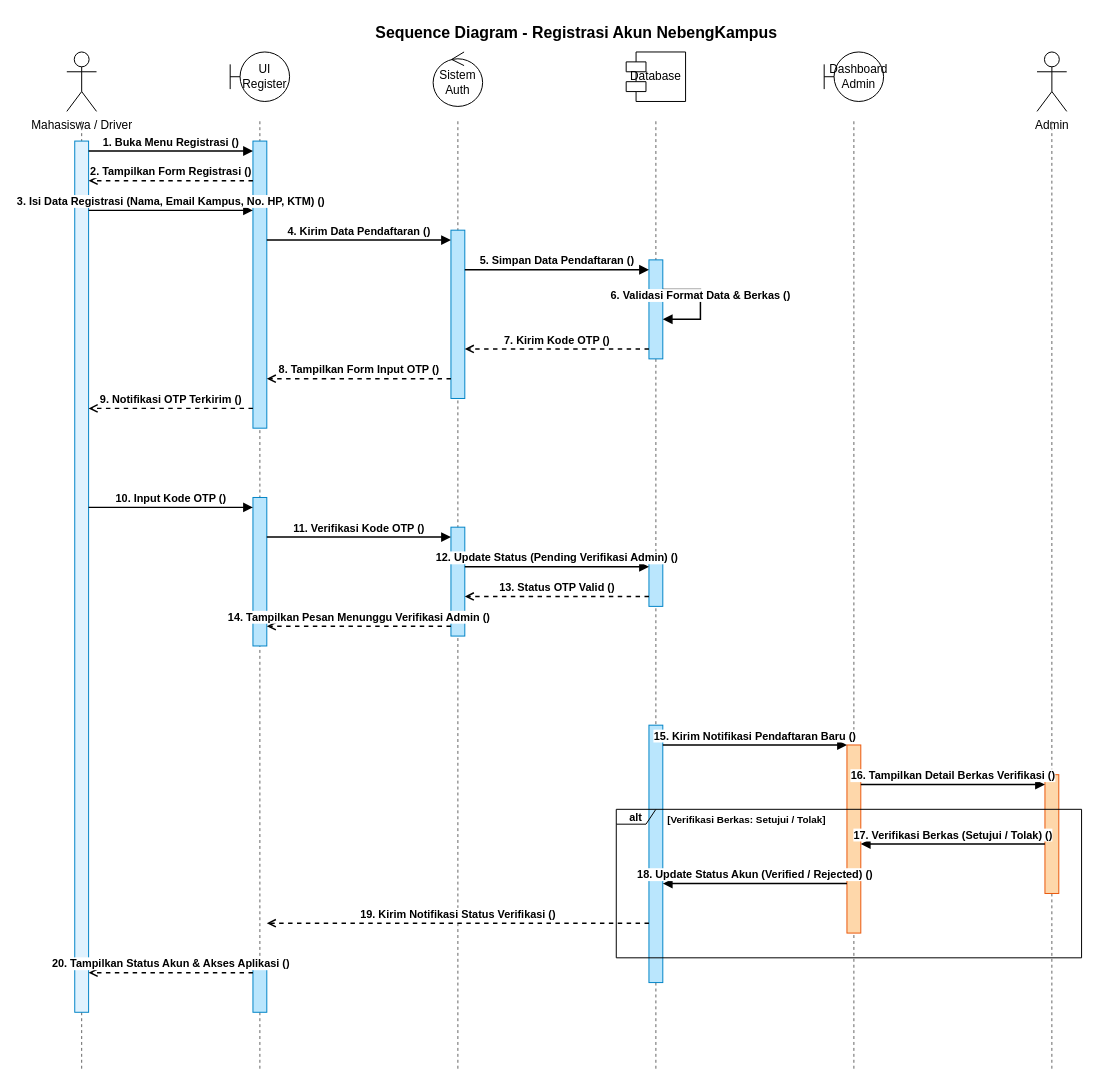
Above: page "Page-4" (4 of 10) of UML_NebengKampus.drawio in habibalula/NebengKampus (draw.io), before the change. Source tidied: cells renumbered, new cells numbered last; positions are measured from the earlier drawing's top-left corner, leaving out a move shared by most shapes. Both pictures are drawn from the tidied source at 99%, with x=0, y=0 at pixel (66, 17).
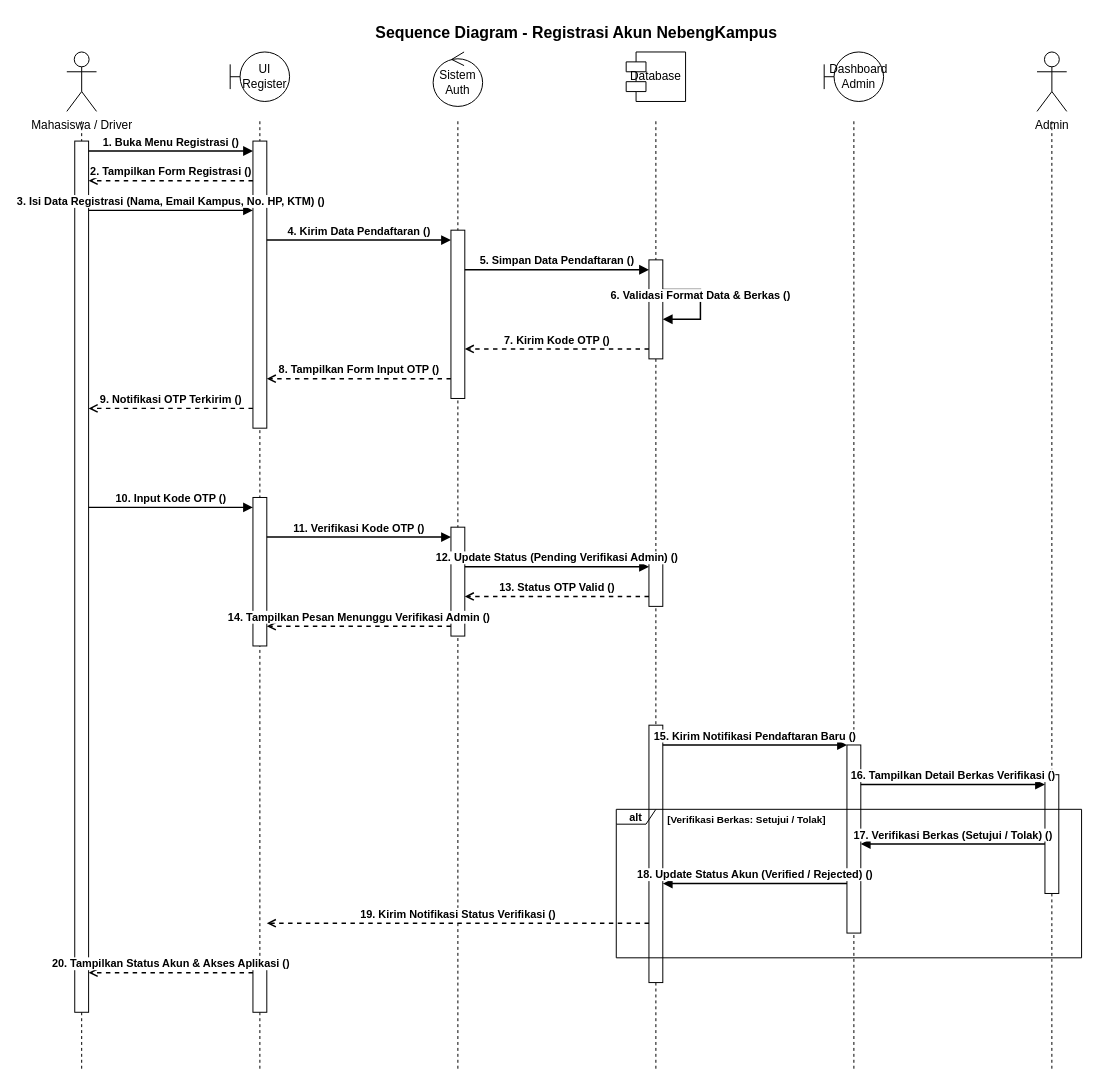
The same page after the edit.

Diff of the diagram source:
```diff
@@
-    <mxCell id="2" value="Sequence Diagram - Registrasi Akun NebengKampus" style="text;html=1;align=center;verticalAlign=middle;whiteSpace=wrap;rounded=0;fontSize=16;fontStyle=1;" parent="1" vertex="1">
+    <mxCell id="2" value="Sequence Diagram - Registrasi Akun NebengKampus" style="text;html=1;align=center;verticalAlign=middle;whiteSpace=wrap;rounded=0;fontSize=16;fontStyle=1;fillColor=none;" parent="1" vertex="1">
       <mxGeometry x="265" width="500" height="30" as="geometry" />
     </mxCell>
-    <mxCell id="3" value="Mahasiswa / Driver" style="shape=umlActor;verticalLabelPosition=bottom;verticalAlign=top;html=1;fillColor=#ffffff;strokeColor=#000000;" parent="1" vertex="1">
+    <mxCell id="3" value="Mahasiswa / Driver" style="shape=umlActor;verticalLabelPosition=bottom;verticalAlign=top;html=1;fillColor=none;" parent="1" vertex="1">
       <mxGeometry y="35" width="30" height="60" as="geometry" />
     </mxCell>
-    <mxCell id="4" value="UI Register" style="shape=umlBoundary;whiteSpace=wrap;html=1;verticalLabelPosition=middle;verticalAlign=middle;fillColor=#ffffff;strokeColor=#000000;" parent="1" vertex="1">
+    <mxCell id="4" value="UI Register" style="shape=umlBoundary;whiteSpace=wrap;html=1;verticalLabelPosition=middle;verticalAlign=middle;fillColor=none;" parent="1" vertex="1">
       <mxGeometry x="165" y="35" width="60" height="50" as="geometry" />
     </mxCell>
-    <mxCell id="5" value="Sistem Auth" style="shape=umlControl;whiteSpace=wrap;html=1;verticalLabelPosition=middle;verticalAlign=middle;fillColor=#ffffff;strokeColor=#000000;" parent="1" vertex="1">
+    <mxCell id="5" value="Sistem Auth" style="shape=umlControl;whiteSpace=wrap;html=1;verticalLabelPosition=middle;verticalAlign=middle;fillColor=none;" parent="1" vertex="1">
       <mxGeometry x="370" y="35" width="50" height="55" as="geometry" />
     </mxCell>
-    <mxCell id="6" value="Database" style="shape=module;whiteSpace=wrap;html=1;fillColor=#ffffff;strokeColor=#000000;" parent="1" vertex="1">
+    <mxCell id="6" value="Database" style="shape=module;whiteSpace=wrap;html=1;fillColor=none;" parent="1" vertex="1">
       <mxGeometry x="565" y="35" width="60" height="50" as="geometry" />
     </mxCell>
-    <mxCell id="7" value="Dashboard Admin" style="shape=umlBoundary;whiteSpace=wrap;html=1;verticalLabelPosition=middle;verticalAlign=middle;fillColor=#ffffff;strokeColor=#000000;" parent="1" vertex="1">
+    <mxCell id="7" value="Dashboard Admin" style="shape=umlBoundary;whiteSpace=wrap;html=1;verticalLabelPosition=middle;verticalAlign=middle;fillColor=none;" parent="1" vertex="1">
       <mxGeometry x="765" y="35" width="60" height="50" as="geometry" />
     </mxCell>
-    <mxCell id="8" value="Admin" style="shape=umlActor;verticalLabelPosition=bottom;verticalAlign=top;html=1;fillColor=#ffffff;strokeColor=#000000;" parent="1" vertex="1">
+    <mxCell id="8" value="Admin" style="shape=umlActor;verticalLabelPosition=bottom;verticalAlign=top;html=1;fillColor=none;" parent="1" vertex="1">
       <mxGeometry x="980" y="35" width="30" height="60" as="geometry" />
     </mxCell>
-    <mxCell id="9" style="line;strokeWidth=1;fillColor=none;strokeColor=#666666;dashed=1;direction=south;" parent="1" vertex="1">
+    <mxCell id="9" style="line;strokeWidth=1;fillColor=none;dashed=1;direction=south;" parent="1" vertex="1">
       <mxGeometry x="14" y="105" width="2" height="960" as="geometry" />
     </mxCell>
-    <mxCell id="10" style="line;strokeWidth=1;fillColor=none;strokeColor=#666666;dashed=1;direction=south;" parent="1" vertex="1">
+    <mxCell id="10" style="line;strokeWidth=1;fillColor=none;dashed=1;direction=south;" parent="1" vertex="1">
       <mxGeometry x="194" y="105" width="2" height="960" as="geometry" />
     </mxCell>
-    <mxCell id="11" style="line;strokeWidth=1;fillColor=none;strokeColor=#666666;dashed=1;direction=south;" parent="1" vertex="1">
+    <mxCell id="11" style="line;strokeWidth=1;fillColor=none;dashed=1;direction=south;" parent="1" vertex="1">
       <mxGeometry x="394" y="105" width="2" height="960" as="geometry" />
     </mxCell>
-    <mxCell id="12" style="line;strokeWidth=1;fillColor=none;strokeColor=#666666;dashed=1;direction=south;" parent="1" vertex="1">
+    <mxCell id="12" style="line;strokeWidth=1;fillColor=none;dashed=1;direction=south;" parent="1" vertex="1">
       <mxGeometry x="594" y="105" width="2" height="960" as="geometry" />
     </mxCell>
-    <mxCell id="13" style="line;strokeWidth=1;fillColor=none;strokeColor=#666666;dashed=1;direction=south;" parent="1" vertex="1">
+    <mxCell id="13" style="line;strokeWidth=1;fillColor=none;dashed=1;direction=south;" parent="1" vertex="1">
       <mxGeometry x="794" y="105" width="2" height="960" as="geometry" />
     </mxCell>
-    <mxCell id="14" style="line;strokeWidth=1;fillColor=none;strokeColor=#666666;dashed=1;direction=south;" parent="1" vertex="1">
+    <mxCell id="14" style="line;strokeWidth=1;fillColor=none;dashed=1;direction=south;" parent="1" vertex="1">
       <mxGeometry x="994" y="105" width="2" height="960" as="geometry" />
     </mxCell>
-    <mxCell id="15" style="html=1;whiteSpace=wrap;fillColor=#e0f2fe;strokeColor=#0284c7;" parent="1" vertex="1">
+    <mxCell id="15" style="html=1;whiteSpace=wrap;" parent="1" vertex="1">
       <mxGeometry x="8" y="125" width="14" height="880" as="geometry" />
     </mxCell>
-    <mxCell id="16" style="html=1;whiteSpace=wrap;fillColor=#bae6fd;strokeColor=#0284c7;" parent="1" vertex="1">
+    <mxCell id="16" style="html=1;whiteSpace=wrap;" parent="1" vertex="1">
       <mxGeometry x="188" y="125" width="14" height="290" as="geometry" />
     </mxCell>
-    <mxCell id="17" style="html=1;whiteSpace=wrap;fillColor=#bae6fd;strokeColor=#0284c7;" parent="1" vertex="1">
+    <mxCell id="17" style="html=1;whiteSpace=wrap;" parent="1" vertex="1">
       <mxGeometry x="188" y="485" width="14" height="150" as="geometry" />
     </mxCell>
-    <mxCell id="18" style="html=1;whiteSpace=wrap;fillColor=#bae6fd;strokeColor=#0284c7;" parent="1" vertex="1">
+    <mxCell id="18" style="html=1;whiteSpace=wrap;" parent="1" vertex="1">
       <mxGeometry x="188" y="955" width="14" height="50" as="geometry" />
     </mxCell>
-    <mxCell id="19" style="html=1;whiteSpace=wrap;fillColor=#bae6fd;strokeColor=#0284c7;" parent="1" vertex="1">
+    <mxCell id="19" style="html=1;whiteSpace=wrap;" parent="1" vertex="1">
       <mxGeometry x="388" y="215" width="14" height="170" as="geometry" />
     </mxCell>
-    <mxCell id="20" style="html=1;whiteSpace=wrap;fillColor=#bae6fd;strokeColor=#0284c7;" parent="1" vertex="1">
+    <mxCell id="20" style="html=1;whiteSpace=wrap;" parent="1" vertex="1">
       <mxGeometry x="388" y="515" width="14" height="110" as="geometry" />
     </mxCell>
-    <mxCell id="21" style="html=1;whiteSpace=wrap;fillColor=#bae6fd;strokeColor=#0284c7;" parent="1" vertex="1">
+    <mxCell id="21" style="html=1;whiteSpace=wrap;" parent="1" vertex="1">
       <mxGeometry x="588" y="245" width="14" height="100" as="geometry" />
     </mxCell>
-    <mxCell id="22" style="html=1;whiteSpace=wrap;fillColor=#bae6fd;strokeColor=#0284c7;" parent="1" vertex="1">
+    <mxCell id="22" style="html=1;whiteSpace=wrap;" parent="1" vertex="1">
       <mxGeometry x="588" y="545" width="14" height="50" as="geometry" />
     </mxCell>
-    <mxCell id="23" style="html=1;whiteSpace=wrap;fillColor=#bae6fd;strokeColor=#0284c7;" parent="1" vertex="1">
+    <mxCell id="23" style="html=1;whiteSpace=wrap;" parent="1" vertex="1">
       <mxGeometry x="588" y="715" width="14" height="260" as="geometry" />
     </mxCell>
-    <mxCell id="24" style="html=1;whiteSpace=wrap;fillColor=#fed7aa;strokeColor=#ea580c;" parent="1" vertex="1">
+    <mxCell id="24" style="html=1;whiteSpace=wrap;" parent="1" vertex="1">
       <mxGeometry x="788" y="735" width="14" height="190" as="geometry" />
     </mxCell>
-    <mxCell id="25" style="html=1;whiteSpace=wrap;fillColor=#fed7aa;strokeColor=#ea580c;" parent="1" vertex="1">
+    <mxCell id="25" style="html=1;whiteSpace=wrap;" parent="1" vertex="1">
       <mxGeometry x="988" y="765" width="14" height="120" as="geometry" />
     </mxCell>
-    <mxCell id="26" value="1. Buka Menu Registrasi ()" style="html=1;verticalAlign=bottom;endArrow=block;rounded=0;strokeWidth=1.5;labelBackgroundColor=#ffffff;fontSize=11;fontStyle=1;" parent="1" edge="1">
+    <mxCell id="26" value="1. Buka Menu Registrasi ()" style="html=1;verticalAlign=bottom;endArrow=block;rounded=0;strokeWidth=1.5;labelBackgroundColor=#ffffff;fontSize=11;fontStyle=1;fillColor=none;" parent="1" edge="1">
       <mxGeometry relative="1" as="geometry">
         <mxPoint x="22" y="135" as="sourcePoint" />
         <mxPoint x="188" y="135" as="targetPoint" />
       </mxGeometry>
     </mxCell>
-    <mxCell id="27" value="2. Tampilkan Form Registrasi ()" style="html=1;verticalAlign=bottom;endArrow=open;dashed=1;rounded=0;strokeWidth=1.5;labelBackgroundColor=#ffffff;fontSize=11;fontStyle=1;" parent="1" edge="1">
+    <mxCell id="27" value="2. Tampilkan Form Registrasi ()" style="html=1;verticalAlign=bottom;endArrow=open;dashed=1;rounded=0;strokeWidth=1.5;labelBackgroundColor=#ffffff;fontSize=11;fontStyle=1;fillColor=none;" parent="1" edge="1">
       <mxGeometry relative="1" as="geometry">
         <mxPoint x="188" y="165" as="sourcePoint" />
         <mxPoint x="22" y="165" as="targetPoint" />
       </mxGeometry>
     </mxCell>
-    <mxCell id="28" value="3. Isi Data Registrasi (Nama, Email Kampus, No. HP, KTM) ()" style="html=1;verticalAlign=bottom;endArrow=block;rounded=0;strokeWidth=1.5;labelBackgroundColor=#ffffff;fontSize=11;fontStyle=1;" parent="1" edge="1">
+    <mxCell id="28" value="3. Isi Data Registrasi (Nama, Email Kampus, No. HP, KTM) ()" style="html=1;verticalAlign=bottom;endArrow=block;rounded=0;strokeWidth=1.5;labelBackgroundColor=#ffffff;fontSize=11;fontStyle=1;fillColor=none;" parent="1" edge="1">
       <mxGeometry relative="1" as="geometry">
         <mxPoint x="22" y="195" as="sourcePoint" />
         <mxPoint x="188" y="195" as="targetPoint" />
       </mxGeometry>
     </mxCell>
-    <mxCell id="29" value="4. Kirim Data Pendaftaran ()" style="html=1;verticalAlign=bottom;endArrow=block;rounded=0;strokeWidth=1.5;labelBackgroundColor=#ffffff;fontSize=11;fontStyle=1;" parent="1" edge="1">
+    <mxCell id="29" value="4. Kirim Data Pendaftaran ()" style="html=1;verticalAlign=bottom;endArrow=block;rounded=0;strokeWidth=1.5;labelBackgroundColor=#ffffff;fontSize=11;fontStyle=1;fillColor=none;" parent="1" edge="1">
       <mxGeometry relative="1" as="geometry">
         <mxPoint x="202" y="225" as="sourcePoint" />
         <mxPoint x="388" y="225" as="targetPoint" />
       </mxGeometry>
     </mxCell>
-    <mxCell id="30" value="5. Simpan Data Pendaftaran ()" style="html=1;verticalAlign=bottom;endArrow=block;rounded=0;strokeWidth=1.5;labelBackgroundColor=#ffffff;fontSize=11;fontStyle=1;" parent="1" edge="1">
+    <mxCell id="30" value="5. Simpan Data Pendaftaran ()" style="html=1;verticalAlign=bottom;endArrow=block;rounded=0;strokeWidth=1.5;labelBackgroundColor=#ffffff;fontSize=11;fontStyle=1;fillColor=none;" parent="1" edge="1">
       <mxGeometry relative="1" as="geometry">
         <mxPoint x="402" y="255" as="sourcePoint" />
         <mxPoint x="588" y="255" as="targetPoint" />
       </mxGeometry>
     </mxCell>
-    <mxCell id="31" value="6. Validasi Format Data &amp; Berkas ()" style="html=1;verticalAlign=bottom;endArrow=block;rounded=0;edgeStyle=orthogonalEdgeStyle;strokeWidth=1.5;labelBackgroundColor=#ffffff;fontSize=11;fontStyle=1;" parent="1" edge="1">
+    <mxCell id="31" value="6. Validasi Format Data &amp; Berkas ()" style="html=1;verticalAlign=bottom;endArrow=block;rounded=0;edgeStyle=orthogonalEdgeStyle;strokeWidth=1.5;labelBackgroundColor=#ffffff;fontSize=11;fontStyle=1;fillColor=none;" parent="1" edge="1">
       <mxGeometry relative="1" as="geometry">
         <mxPoint x="602" y="275" as="sourcePoint" />
         <mxPoint x="602" y="305" as="targetPoint" />
         <Array as="points">
           <mxPoint x="640" y="275" />
           <mxPoint x="640" y="305" />
         </Array>
       </mxGeometry>
     </mxCell>
-    <mxCell id="32" value="7. Kirim Kode OTP ()" style="html=1;verticalAlign=bottom;endArrow=open;dashed=1;rounded=0;strokeWidth=1.5;labelBackgroundColor=#ffffff;fontSize=11;fontStyle=1;" parent="1" edge="1">
+    <mxCell id="32" value="7. Kirim Kode OTP ()" style="html=1;verticalAlign=bottom;endArrow=open;dashed=1;rounded=0;strokeWidth=1.5;labelBackgroundColor=#ffffff;fontSize=11;fontStyle=1;fillColor=none;" parent="1" edge="1">
       <mxGeometry relative="1" as="geometry">
         <mxPoint x="588" y="335" as="sourcePoint" />
         <mxPoint x="402" y="335" as="targetPoint" />
       </mxGeometry>
     </mxCell>
-    <mxCell id="33" value="8. Tampilkan Form Input OTP ()" style="html=1;verticalAlign=bottom;endArrow=open;dashed=1;rounded=0;strokeWidth=1.5;labelBackgroundColor=#ffffff;fontSize=11;fontStyle=1;" parent="1" edge="1">
+    <mxCell id="33" value="8. Tampilkan Form Input OTP ()" style="html=1;verticalAlign=bottom;endArrow=open;dashed=1;rounded=0;strokeWidth=1.5;labelBackgroundColor=#ffffff;fontSize=11;fontStyle=1;fillColor=none;" parent="1" edge="1">
       <mxGeometry relative="1" as="geometry">
         <mxPoint x="388" y="365" as="sourcePoint" />
         <mxPoint x="202" y="365" as="targetPoint" />
       </mxGeometry>
     </mxCell>
-    <mxCell id="34" value="9. Notifikasi OTP Terkirim ()" style="html=1;verticalAlign=bottom;endArrow=open;dashed=1;rounded=0;strokeWidth=1.5;labelBackgroundColor=#ffffff;fontSize=11;fontStyle=1;" parent="1" edge="1">
+    <mxCell id="34" value="9. Notifikasi OTP Terkirim ()" style="html=1;verticalAlign=bottom;endArrow=open;dashed=1;rounded=0;strokeWidth=1.5;labelBackgroundColor=#ffffff;fontSize=11;fontStyle=1;fillColor=none;" parent="1" edge="1">
       <mxGeometry relative="1" as="geometry">
         <mxPoint x="188" y="395" as="sourcePoint" />
         <mxPoint x="22" y="395" as="targetPoint" />
       </mxGeometry>
     </mxCell>
-    <mxCell id="35" value="10. Input Kode OTP ()" style="html=1;verticalAlign=bottom;endArrow=block;rounded=0;strokeWidth=1.5;labelBackgroundColor=#ffffff;fontSize=11;fontStyle=1;" parent="1" edge="1">
+    <mxCell id="35" value="10. Input Kode OTP ()" style="html=1;verticalAlign=bottom;endArrow=block;rounded=0;strokeWidth=1.5;labelBackgroundColor=#ffffff;fontSize=11;fontStyle=1;fillColor=none;" parent="1" edge="1">
       <mxGeometry relative="1" as="geometry">
         <mxPoint x="22" y="495" as="sourcePoint" />
         <mxPoint x="188" y="495" as="targetPoint" />
       </mxGeometry>
     </mxCell>
-    <mxCell id="36" value="11. Verifikasi Kode OTP ()" style="html=1;verticalAlign=bottom;endArrow=block;rounded=0;strokeWidth=1.5;labelBackgroundColor=#ffffff;fontSize=11;fontStyle=1;" parent="1" edge="1">
+    <mxCell id="36" value="11. Verifikasi Kode OTP ()" style="html=1;verticalAlign=bottom;endArrow=block;rounded=0;strokeWidth=1.5;labelBackgroundColor=#ffffff;fontSize=11;fontStyle=1;fillColor=none;" parent="1" edge="1">
       <mxGeometry relative="1" as="geometry">
         <mxPoint x="202" y="525" as="sourcePoint" />
         <mxPoint x="388" y="525" as="targetPoint" />
       </mxGeometry>
     </mxCell>
-    <mxCell id="37" value="12. Update Status (Pending Verifikasi Admin) ()" style="html=1;verticalAlign=bottom;endArrow=block;rounded=0;strokeWidth=1.5;labelBackgroundColor=#ffffff;fontSize=11;fontStyle=1;" parent="1" edge="1">
+    <mxCell id="37" value="12. Update Status (Pending Verifikasi Admin) ()" style="html=1;verticalAlign=bottom;endArrow=block;rounded=0;strokeWidth=1.5;labelBackgroundColor=#ffffff;fontSize=11;fontStyle=1;fillColor=none;" parent="1" edge="1">
       <mxGeometry relative="1" as="geometry">
         <mxPoint x="402" y="555" as="sourcePoint" />
         <mxPoint x="588" y="555" as="targetPoint" />
       </mxGeometry>
     </mxCell>
-    <mxCell id="38" value="13. Status OTP Valid ()" style="html=1;verticalAlign=bottom;endArrow=open;dashed=1;rounded=0;strokeWidth=1.5;labelBackgroundColor=#ffffff;fontSize=11;fontStyle=1;" parent="1" edge="1">
+    <mxCell id="38" value="13. Status OTP Valid ()" style="html=1;verticalAlign=bottom;endArrow=open;dashed=1;rounded=0;strokeWidth=1.5;labelBackgroundColor=#ffffff;fontSize=11;fontStyle=1;fillColor=none;" parent="1" edge="1">
       <mxGeometry relative="1" as="geometry">
         <mxPoint x="588" y="585" as="sourcePoint" />
         <mxPoint x="402" y="585" as="targetPoint" />
       </mxGeometry>
     </mxCell>
-    <mxCell id="39" value="14. Tampilkan Pesan Menunggu Verifikasi Admin ()" style="html=1;verticalAlign=bottom;endArrow=open;dashed=1;rounded=0;strokeWidth=1.5;labelBackgroundColor=#ffffff;fontSize=11;fontStyle=1;" parent="1" edge="1">
+    <mxCell id="39" value="14. Tampilkan Pesan Menunggu Verifikasi Admin ()" style="html=1;verticalAlign=bottom;endArrow=open;dashed=1;rounded=0;strokeWidth=1.5;labelBackgroundColor=#ffffff;fontSize=11;fontStyle=1;fillColor=none;" parent="1" edge="1">
       <mxGeometry relative="1" as="geometry">
         <mxPoint x="388" y="615" as="sourcePoint" />
         <mxPoint x="202" y="615" as="targetPoint" />
       </mxGeometry>
     </mxCell>
-    <mxCell id="40" value="15. Kirim Notifikasi Pendaftaran Baru ()" style="html=1;verticalAlign=bottom;endArrow=block;rounded=0;strokeWidth=1.5;labelBackgroundColor=#ffffff;fontSize=11;fontStyle=1;" parent="1" edge="1">
+    <mxCell id="40" value="15. Kirim Notifikasi Pendaftaran Baru ()" style="html=1;verticalAlign=bottom;endArrow=block;rounded=0;strokeWidth=1.5;labelBackgroundColor=#ffffff;fontSize=11;fontStyle=1;fillColor=none;" parent="1" edge="1">
       <mxGeometry relative="1" as="geometry">
         <mxPoint x="602" y="735" as="sourcePoint" />
         <mxPoint x="788" y="735" as="targetPoint" />
       </mxGeometry>
     </mxCell>
-    <mxCell id="41" value="16. Tampilkan Detail Berkas Verifikasi ()" style="html=1;verticalAlign=bottom;endArrow=block;rounded=0;strokeWidth=1.5;labelBackgroundColor=#ffffff;fontSize=11;fontStyle=1;" parent="1" edge="1">
+    <mxCell id="41" value="16. Tampilkan Detail Berkas Verifikasi ()" style="html=1;verticalAlign=bottom;endArrow=block;rounded=0;strokeWidth=1.5;labelBackgroundColor=#ffffff;fontSize=11;fontStyle=1;fillColor=none;" parent="1" edge="1">
       <mxGeometry relative="1" as="geometry">
         <mxPoint x="802" y="775" as="sourcePoint" />
         <mxPoint x="988" y="775" as="targetPoint" />
       </mxGeometry>
     </mxCell>
-    <mxCell id="42" value="alt" style="shape=umlFrame;whiteSpace=wrap;html=1;width=40;height=15;fillColor=none;strokeColor=#000000;fontSize=11;fontStyle=1;" parent="1" vertex="1">
+    <mxCell id="42" value="alt" style="shape=umlFrame;whiteSpace=wrap;html=1;width=40;height=15;fillColor=none;fontSize=11;fontStyle=1;" parent="1" vertex="1">
       <mxGeometry x="555" y="800" width="470" height="150" as="geometry" />
     </mxCell>
-    <mxCell id="43" value="[Verifikasi Berkas: Setujui / Tolak]" style="text;html=1;strokeColor=none;fillColor=none;align=left;verticalAlign=middle;whiteSpace=wrap;rounded=0;fontStyle=1;fontSize=10;" parent="1" vertex="1">
+    <mxCell id="43" value="[Verifikasi Berkas: Setujui / Tolak]" style="text;html=1;fillColor=none;align=left;verticalAlign=middle;whiteSpace=wrap;rounded=0;fontStyle=1;fontSize=10;" parent="1" vertex="1">
       <mxGeometry x="605" y="800" width="220" height="20" as="geometry" />
     </mxCell>
-    <mxCell id="44" value="17. Verifikasi Berkas (Setujui / Tolak) ()" style="html=1;verticalAlign=bottom;endArrow=block;rounded=0;strokeWidth=1.5;labelBackgroundColor=#ffffff;fontSize=11;fontStyle=1;" parent="1" edge="1">
+    <mxCell id="44" value="17. Verifikasi Berkas (Setujui / Tolak) ()" style="html=1;verticalAlign=bottom;endArrow=block;rounded=0;strokeWidth=1.5;labelBackgroundColor=#ffffff;fontSize=11;fontStyle=1;fillColor=none;" parent="1" edge="1">
       <mxGeometry relative="1" as="geometry">
         <mxPoint x="988" y="835" as="sourcePoint" />
         <mxPoint x="802" y="835" as="targetPoint" />
       </mxGeometry>
     </mxCell>
-    <mxCell id="45" value="18. Update Status Akun (Verified / Rejected) ()" style="html=1;verticalAlign=bottom;endArrow=block;rounded=0;strokeWidth=1.5;labelBackgroundColor=#ffffff;fontSize=11;fontStyle=1;" parent="1" edge="1">
+    <mxCell id="45" value="18. Update Status Akun (Verified / Rejected) ()" style="html=1;verticalAlign=bottom;endArrow=block;rounded=0;strokeWidth=1.5;labelBackgroundColor=#ffffff;fontSize=11;fontStyle=1;fillColor=none;" parent="1" edge="1">
       <mxGeometry relative="1" as="geometry">
         <mxPoint x="788" y="875" as="sourcePoint" />
         <mxPoint x="602" y="875" as="targetPoint" />
       </mxGeometry>
     </mxCell>
-    <mxCell id="46" value="19. Kirim Notifikasi Status Verifikasi ()" style="html=1;verticalAlign=bottom;endArrow=open;dashed=1;rounded=0;strokeWidth=1.5;labelBackgroundColor=#ffffff;fontSize=11;fontStyle=1;" parent="1" edge="1">
+    <mxCell id="46" value="19. Kirim Notifikasi Status Verifikasi ()" style="html=1;verticalAlign=bottom;endArrow=open;dashed=1;rounded=0;strokeWidth=1.5;labelBackgroundColor=#ffffff;fontSize=11;fontStyle=1;fillColor=none;" parent="1" edge="1">
       <mxGeometry relative="1" as="geometry">
         <mxPoint x="588" y="915" as="sourcePoint" />
         <mxPoint x="202" y="915" as="targetPoint" />
       </mxGeometry>
     </mxCell>
-    <mxCell id="47" value="20. Tampilkan Status Akun &amp; Akses Aplikasi ()" style="html=1;verticalAlign=bottom;endArrow=open;dashed=1;rounded=0;strokeWidth=1.5;labelBackgroundColor=#ffffff;fontSize=11;fontStyle=1;" parent="1" edge="1">
+    <mxCell id="47" value="20. Tampilkan Status Akun &amp; Akses Aplikasi ()" style="html=1;verticalAlign=bottom;endArrow=open;dashed=1;rounded=0;strokeWidth=1.5;labelBackgroundColor=#ffffff;fontSize=11;fontStyle=1;fillColor=none;" parent="1" edge="1">
       <mxGeometry relative="1" as="geometry">
         <mxPoint x="188" y="965" as="sourcePoint" />
         <mxPoint x="22" y="965" as="targetPoint" />
       </mxGeometry>
     </mxCell>
```
